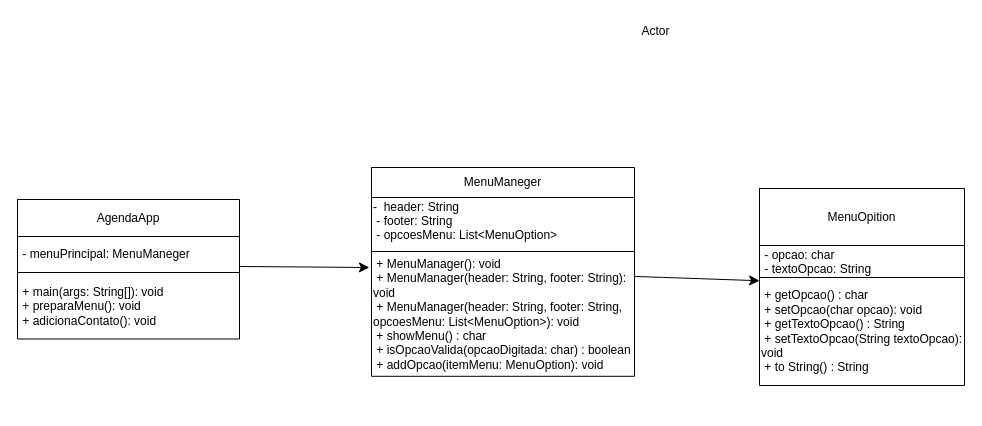
The draw.io diagram t7iyiuiu.drawio in sanabrii/POO-AgendaApp, before the edit. Source tidied: cells renumbered, new cells numbered last; positions are measured from the earlier drawing's top-left corner, leaving out a move shared by most shapes. Both pictures are drawn from the tidied source at 100%, with x=0, y=0 at pixel (17, 17).
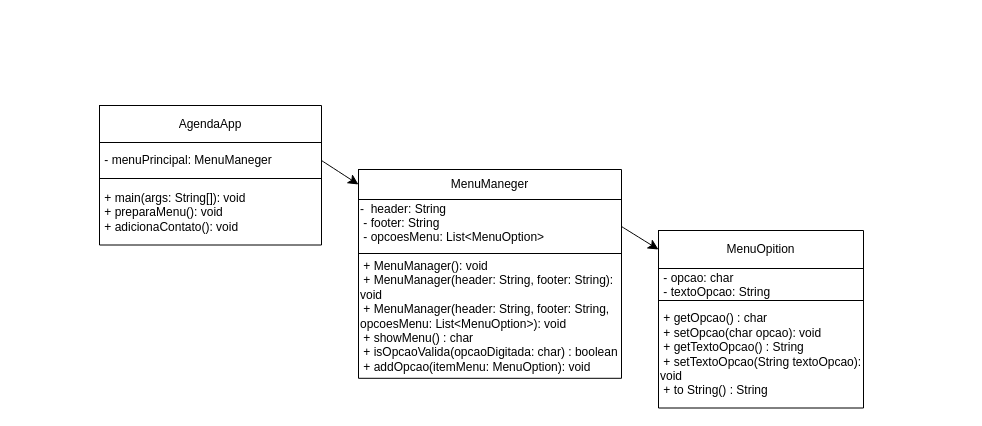
After the change.

Unchanged cells that the change refers to:
```xml
<mxCell id="3" style="shape=tableRow;horizontal=0;startSize=0;swimlaneHead=0;swimlaneBody=0;strokeColor=inherit;top=0;left=0;bottom=0;right=0;fillColor=none;points=[[0,0.5],[1,0.5]];portConstraint=eastwest;" parent="2" vertex="1">
  <mxGeometry width="263" height="30" as="geometry" />
</mxCell>
<mxCell id="5" style="shape=tableRow;horizontal=0;startSize=0;swimlaneHead=0;swimlaneBody=0;strokeColor=inherit;top=0;left=0;bottom=0;right=0;fillColor=none;points=[[0,0.5],[1,0.5]];portConstraint=eastwest;" parent="2" vertex="1">
  <mxGeometry y="30" width="263" height="54" as="geometry" />
</mxCell>
<mxCell id="8" style="shape=tableRow;horizontal=0;startSize=0;swimlaneHead=0;swimlaneBody=0;strokeColor=inherit;top=0;left=0;bottom=0;right=0;fillColor=none;points=[[0,0.5],[1,0.5]];portConstraint=eastwest;" parent="2" vertex="1">
  <mxGeometry y="84" width="263" height="125" as="geometry" />
</mxCell>
<mxCell id="22" style="shape=tableRow;horizontal=0;startSize=0;swimlaneHead=0;swimlaneBody=0;strokeColor=inherit;top=0;left=0;bottom=0;right=0;fillColor=none;points=[[0,0.5],[1,0.5]];portConstraint=eastwest;" parent="19" vertex="1">
  <mxGeometry y="37" width="222" height="36" as="geometry" />
</mxCell>
```

Change to the diagram source:
```diff
@@
     <mxCell id="2" style="shape=table;startSize=0;childLayout=tableLayout;" parent="1" vertex="1">
-      <mxGeometry x="354" y="150" width="263" height="208.8" as="geometry" />
+      <mxGeometry x="341" y="152" width="263" height="208.8" as="geometry" />
     </mxCell>
@@
-    <mxCell id="10" value="Actor" style="shape=umlActor;verticalLabelPosition=bottom;verticalAlign=top;html=1;" parent="1" vertex="1">
-      <mxGeometry x="637" as="geometry" />
-    </mxCell>
     <mxCell id="11" style="shape=table;startSize=0;childLayout=tableLayout;" parent="1" vertex="1">
-      <mxGeometry x="742" y="171" width="205" height="197" as="geometry" />
+      <mxGeometry x="641" y="213" width="205" height="177.5" as="geometry" />
     </mxCell>
     <mxCell id="12" style="shape=tableRow;horizontal=0;startSize=0;swimlaneHead=0;swimlaneBody=0;strokeColor=inherit;top=0;left=0;bottom=0;right=0;fillColor=none;points=[[0,0.5],[1,0.5]];portConstraint=eastwest;" parent="11" vertex="1">
-      <mxGeometry width="205" height="57" as="geometry" />
+      <mxGeometry width="205" height="38" as="geometry" />
     </mxCell>
     <mxCell id="13" value="MenuOpition" style="shape=partialRectangle;html=1;whiteSpace=wrap;strokeColor=inherit;overflow=hidden;fillColor=none;top=0;left=0;bottom=0;right=0;" parent="12" vertex="1">
-      <mxGeometry width="205" height="57" as="geometry" />
+      <mxGeometry width="205" height="38" as="geometry" />
     </mxCell>
     <mxCell id="14" style="shape=tableRow;horizontal=0;startSize=0;swimlaneHead=0;swimlaneBody=0;strokeColor=inherit;top=0;left=0;bottom=0;right=0;fillColor=none;" parent="11" vertex="1">
-      <mxGeometry y="57" width="205" height="32" as="geometry" />
+      <mxGeometry y="38" width="205" height="32" as="geometry" />
     </mxCell>
@@
     <mxCell id="16" style="shape=tableRow;horizontal=0;startSize=0;swimlaneHead=0;swimlaneBody=0;strokeColor=inherit;top=0;left=0;bottom=0;right=0;fillColor=none;points=[[0,0.5],[1,0.5]];portConstraint=eastwest;" parent="11" vertex="1">
-      <mxGeometry y="89" width="205" height="108" as="geometry" />
+      <mxGeometry y="70" width="205" height="108" as="geometry" />
     </mxCell>
@@
-    <mxCell id="18" style="edgeStyle=none;curved=1;rounded=0;jettySize=auto;html=1;fontSize=12;startSize=8;endSize=8;entryX=0;entryY=0.03;entryDx=0;entryDy=0;entryPerimeter=0;" parent="1" edge="1" source="2" target="16">
+    <mxCell id="18" style="edgeStyle=none;curved=1;rounded=0;jettySize=auto;html=1;fontSize=12;startSize=8;endSize=8;entryX=0;entryY=0.5;entryDx=0;entryDy=0;exitX=1;exitY=0.5;exitDx=0;exitDy=0;" parent="1" edge="1" source="5" target="12">
       <mxGeometry relative="1" as="geometry" />
     </mxCell>
     <mxCell id="19" style="shape=table;startSize=0;childLayout=tableLayout;" parent="1" vertex="1">
-      <mxGeometry y="182" width="222" height="139.5" as="geometry" />
+      <mxGeometry x="82" y="88" width="222" height="139.5" as="geometry" />
     </mxCell>
@@
-    <mxCell id="26" style="edgeStyle=none;curved=1;rounded=0;jettySize=auto;html=1;fontSize=12;startSize=8;endSize=8;entryX=-0.008;entryY=0.128;entryDx=0;entryDy=0;entryPerimeter=0;exitX=1;exitY=0.833;exitDx=0;exitDy=0;exitPerimeter=0;" parent="1" edge="1" source="22" target="8">
+    <mxCell id="26" style="edgeStyle=none;curved=1;rounded=0;jettySize=auto;html=1;fontSize=12;startSize=8;endSize=8;entryX=0;entryY=0.5;entryDx=0;entryDy=0;exitX=1;exitY=0.5;exitDx=0;exitDy=0;" parent="1" edge="1" source="22" target="3">
       <mxGeometry relative="1" as="geometry" />
     </mxCell>
```
